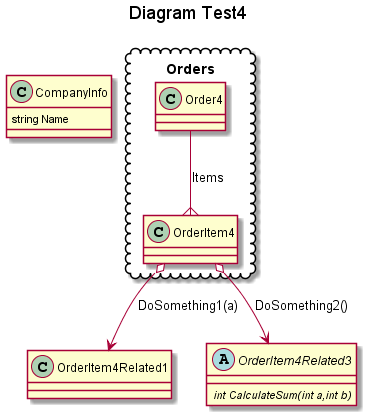
isukces/AutoUml keeps this PlantUML diagram as docs/testsResults/T10_Should_create_packages.png. Above is the earlier version.
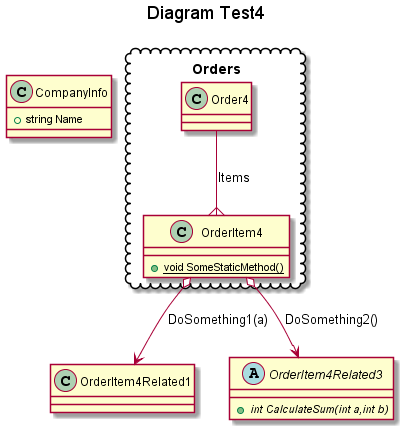
Above is the later version.

Diff of the diagram source:
```diff
@@ -5,14 +5,14 @@
 
 class CompanyInfo
 {
-    string Name
+    +string Name
 }
 class OrderItem4Related1
 {
 }
 abstract class OrderItem4Related3
 {
-    {abstract} int CalculateSum(int a,int b)
+    +{abstract} int CalculateSum(int a,int b)
 }
 package Orders <<Cloud>> {
     class Order4
@@ -20,6 +20,7 @@
     }
     class OrderItem4
     {
+        +{static} void SomeStaticMethod()
     }
 }
 
```
